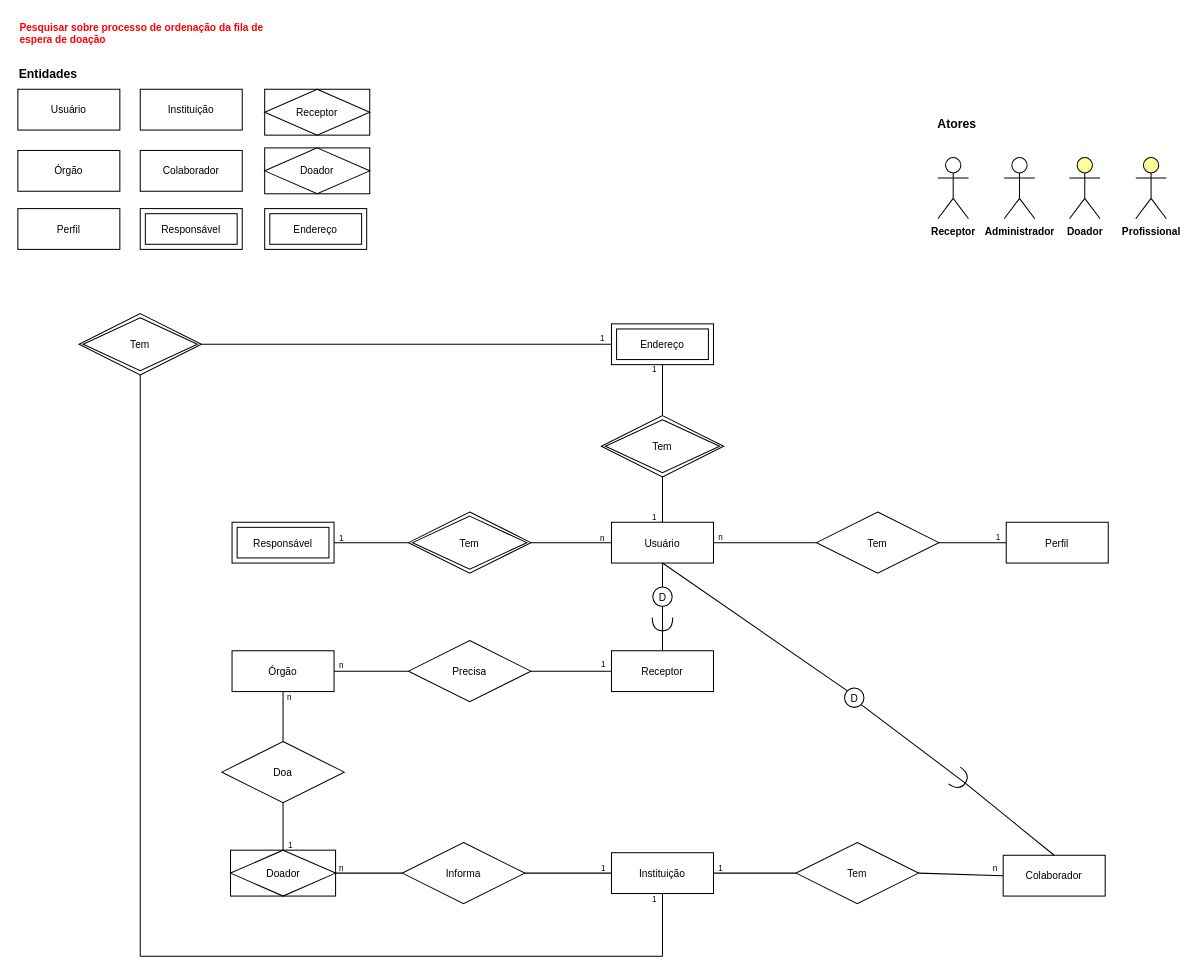
Above: page "Modelo Conceitual" (1 of 2) of DER/DER-SDTO.drawio in squadlovelace/sdto-data-model (draw.io), before the change. Source tidied: cells renumbered, new cells numbered last; positions are measured from the earlier drawing's top-left corner, leaving out a move shared by most shapes. Both pictures are drawn from the tidied source at 102%, with x=0, y=0 at pixel (17, 17).
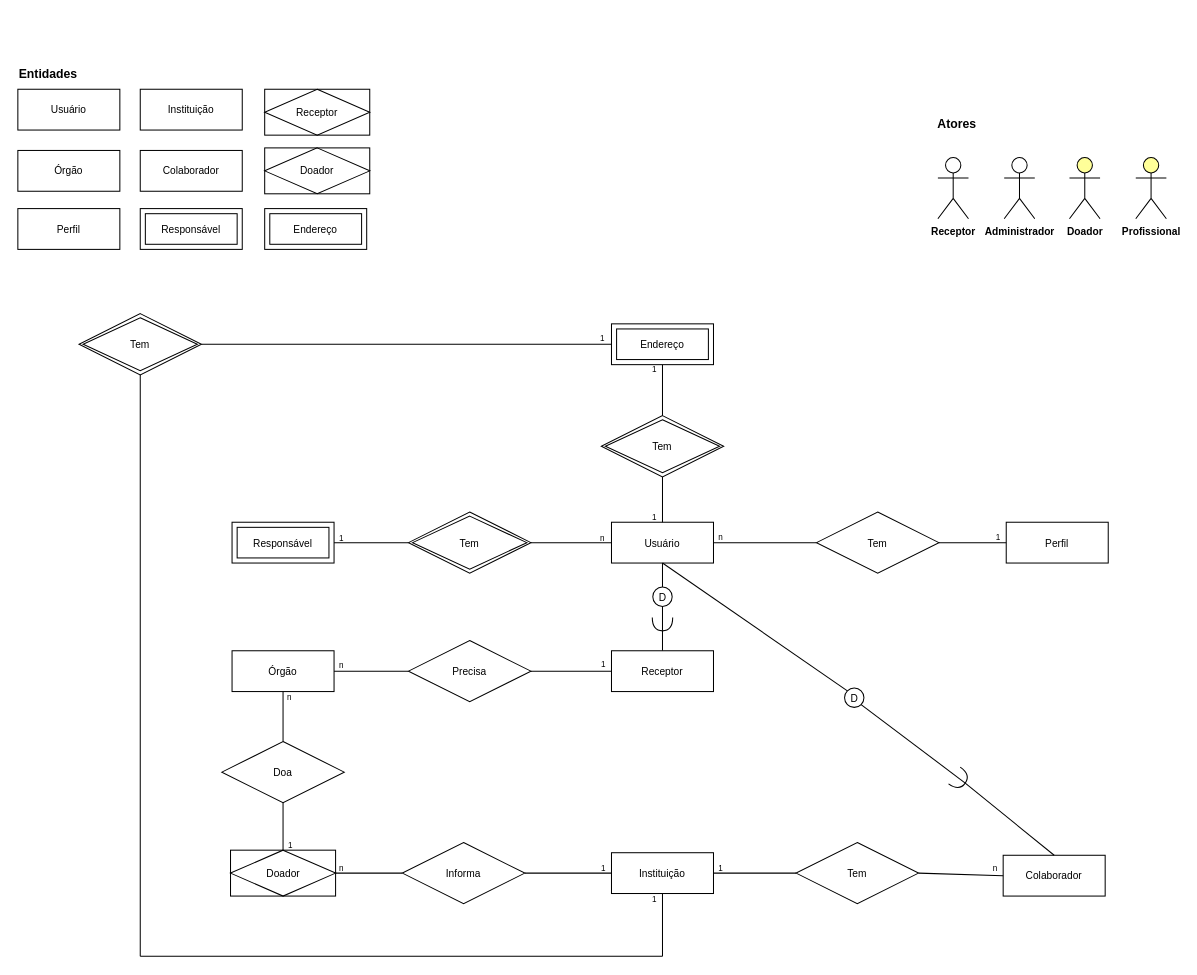
After the change.

The edit, as a diff of the source:
```diff
@@
-<mxGraphModel>
+<mxGraphModel background="#FFFFFF">
@@
-    <mxCell id="23" value="Pesquisar sobre processo de ordenação da fila de espera de doação" style="text;html=1;strokeColor=none;fillColor=none;align=left;verticalAlign=middle;whiteSpace=wrap;rounded=0;fontFamily=Helvetica;fontSize=10;fontStyle=1;fontColor=#FF0000;" parent="1" vertex="1">
-      <mxGeometry width="245" height="30" as="geometry" />
-    </mxCell>
```
